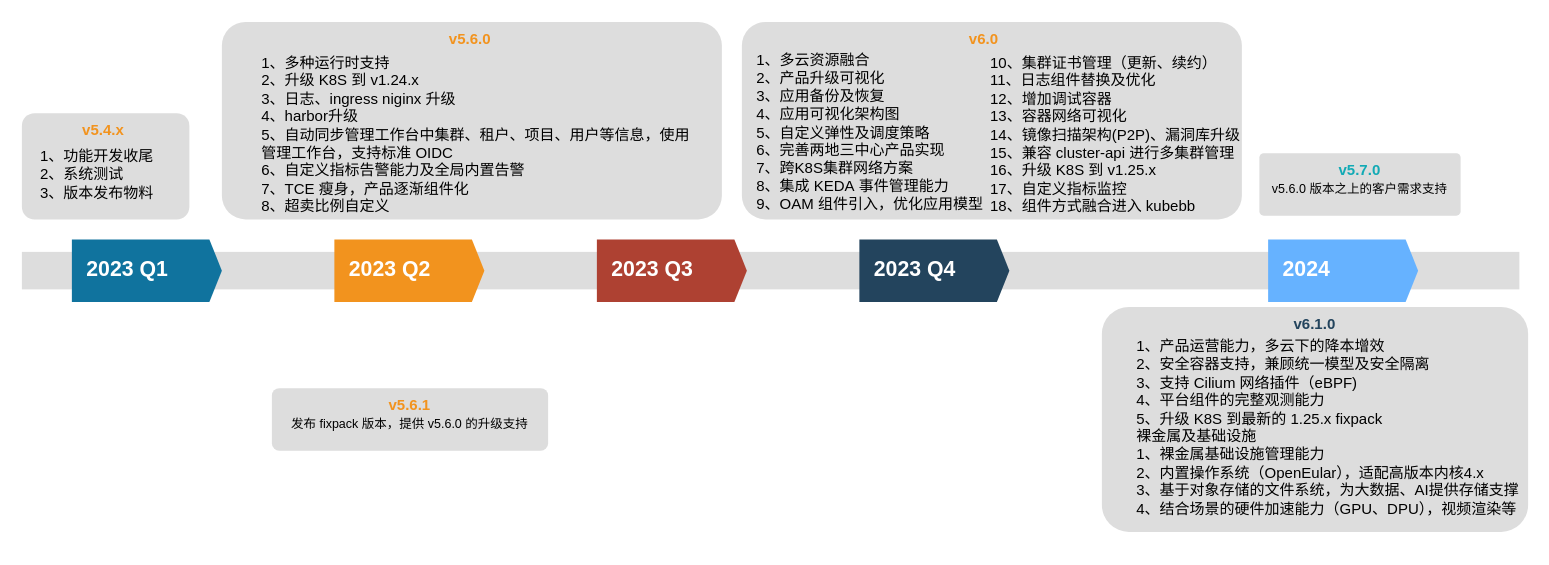
This is TCE-roadmap.drawio from wangjinxiu/draw.io, a draw.io file, before an edit. Source tidied: cells renumbered, new cells numbered last; positions are measured from the earlier drawing's top-left corner, leaving out a move shared by most shapes. Both pictures are drawn from the tidied source at 125%, with x=0, y=0 at pixel (21, 21).
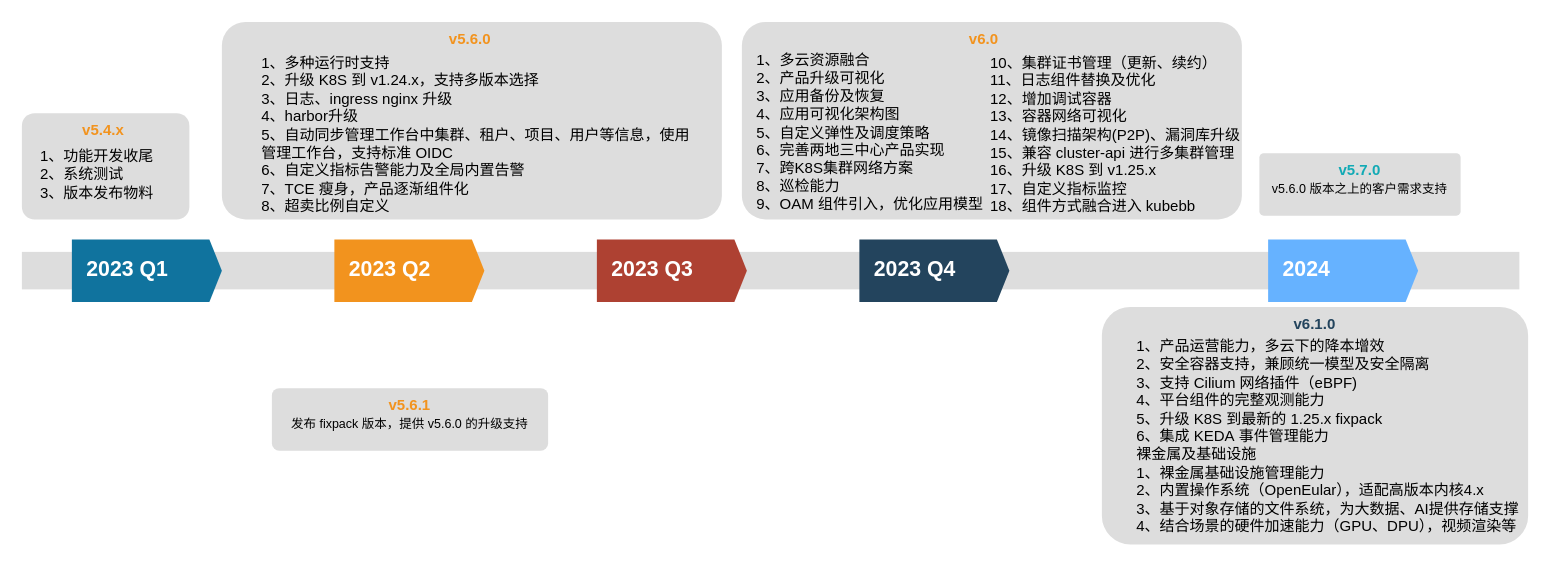
Above is the later version.

Diff of the diagram source:
```diff
@@
 <mxGraphModel>
   <root>
     <mxCell id="0" />
     <mxCell id="1" parent="0" />
     <mxCell id="2" style="fillColor=#dddddd;rounded=0;strokeColor=none;" parent="1" vertex="1">
       <mxGeometry y="184" width="1198" height="30" as="geometry" />
     </mxCell>
     <mxCell id="3" value="2023 Q1" style="shape=mxgraph.infographic.ribbonSimple;notch1=0;notch2=10;notch=0;html=1;fillColor=#10739E;strokeColor=none;shadow=0;fontSize=17;fontColor=#FFFFFF;align=left;spacingLeft=10;fontStyle=1;" parent="1" vertex="1">
       <mxGeometry x="40" y="174" width="120" height="50" as="geometry" />
     </mxCell>
     <mxCell id="4" value="2023 Q2" style="shape=mxgraph.infographic.ribbonSimple;notch1=0;notch2=10;notch=0;html=1;fillColor=#F2931E;strokeColor=none;shadow=0;fontSize=17;fontColor=#FFFFFF;align=left;spacingLeft=10;fontStyle=1;" parent="1" vertex="1">
       <mxGeometry x="250" y="174" width="120" height="50" as="geometry" />
     </mxCell>
     <mxCell id="5" value="2023 Q3" style="shape=mxgraph.infographic.ribbonSimple;notch1=0;notch2=10;notch=0;html=1;fillColor=#AE4132;strokeColor=none;shadow=0;fontSize=17;fontColor=#FFFFFF;align=left;spacingLeft=10;fontStyle=1;" parent="1" vertex="1">
       <mxGeometry x="460" y="174" width="120" height="50" as="geometry" />
     </mxCell>
     <mxCell id="6" value="2023 Q4" style="shape=mxgraph.infographic.ribbonSimple;notch1=0;notch2=10;notch=0;html=1;fillColor=#23445D;strokeColor=none;shadow=0;fontSize=17;fontColor=#FFFFFF;align=left;spacingLeft=10;fontStyle=1;" parent="1" vertex="1">
       <mxGeometry x="670" y="174" width="120" height="50" as="geometry" />
     </mxCell>
     <mxCell id="7" value="&lt;b style=&quot;color: rgb(242 , 147 , 30)&quot;&gt;&amp;nbsp; &amp;nbsp; &amp;nbsp; &amp;nbsp; &amp;nbsp; &amp;nbsp; &amp;nbsp; &amp;nbsp; &amp;nbsp; &amp;nbsp; &amp;nbsp; &amp;nbsp; &amp;nbsp; &amp;nbsp; &amp;nbsp; &amp;nbsp; &amp;nbsp; &amp;nbsp; &amp;nbsp; &amp;nbsp; &amp;nbsp; &amp;nbsp; &amp;nbsp; &amp;nbsp; &amp;nbsp; &amp;nbsp; &amp;nbsp; v6.0&lt;/b&gt;&lt;font color=&quot;#10739e&quot;&gt;&lt;span&gt;&lt;br&gt;&lt;br&gt;&lt;/span&gt;&lt;br&gt;&lt;/font&gt;" style="rounded=1;strokeColor=none;fillColor=#DDDDDD;align=left;arcSize=12;verticalAlign=top;whiteSpace=wrap;html=1;fontSize=12;fontStyle=1;" parent="1" vertex="1">
       <mxGeometry x="576" width="400" height="158" as="geometry" />
     </mxCell>
     <mxCell id="8" value="&lt;font style=&quot;font-size: 10px&quot;&gt;&lt;font style=&quot;font-size: 12px&quot; color=&quot;#23445D&quot;&gt;&lt;b&gt;v6.1.0&lt;/b&gt;&lt;/font&gt;&lt;br&gt;&lt;br&gt;&lt;br&gt;&lt;/font&gt;" style="rounded=1;strokeColor=none;fillColor=#DDDDDD;align=center;arcSize=12;verticalAlign=top;whiteSpace=wrap;html=1;fontSize=12;" parent="1" vertex="1">
-      <mxGeometry x="864" y="228" width="341" height="180" as="geometry" />
+      <mxGeometry x="864" y="228" width="341" height="190" as="geometry" />
     </mxCell>
     <mxCell id="9" value="&lt;font style=&quot;font-size: 10px&quot;&gt;&lt;font style=&quot;font-size: 12px&quot; color=&quot;#12AAB5&quot;&gt;&lt;b&gt;v5.7.0&lt;/b&gt;&lt;/font&gt;&lt;br&gt;v5.6.0 版本之上的客户需求支持&lt;br&gt;&lt;/font&gt;" style="rounded=1;strokeColor=none;fillColor=#DDDDDD;align=center;arcSize=7;verticalAlign=top;whiteSpace=wrap;html=1;fontSize=12;" parent="1" vertex="1">
       <mxGeometry x="990" y="105" width="161" height="50" as="geometry" />
     </mxCell>
     <mxCell id="10" value="&lt;font style=&quot;font-size: 10px&quot;&gt;&lt;font style=&quot;font-size: 12px&quot; color=&quot;#F2931E&quot;&gt;&lt;b&gt;v5.6.1&lt;br&gt;&lt;/b&gt;&lt;/font&gt;发布 fixpack 版本，提供 v5.6.0 的升级支持&lt;br&gt;&lt;/font&gt;" style="rounded=1;strokeColor=none;fillColor=#DDDDDD;align=center;arcSize=12;verticalAlign=top;whiteSpace=wrap;html=1;fontSize=12;" parent="1" vertex="1">
       <mxGeometry x="200" y="293" width="221" height="50" as="geometry" />
     </mxCell>
-    <mxCell id="11" value="1、多云资源融合&lt;br&gt;2、产品升级可视化&lt;br&gt;3、应用备份及恢复&lt;br&gt;4、应用可视化架构图&amp;nbsp;&lt;br&gt;5、自定义弹性及调度策略&lt;br&gt;6、完善两地三中心产品实现&lt;br&gt;7、跨K8S集群网络方案&lt;br&gt;8、集成 KEDA&amp;nbsp;事件管理能力&lt;br&gt;9、OAM 组件引入，优化应用模型" style="text;html=1;" parent="1" vertex="1">
+    <mxCell id="11" value="1、多云资源融合&lt;br&gt;2、产品升级可视化&lt;br&gt;3、应用备份及恢复&lt;br&gt;4、应用可视化架构图&amp;nbsp;&lt;br&gt;5、自定义弹性及调度策略&lt;br&gt;6、完善两地三中心产品实现&lt;br&gt;7、跨K8S集群网络方案&lt;br&gt;8、巡检能力&lt;br&gt;9、OAM 组件引入，优化应用模型" style="text;html=1;" parent="1" vertex="1">
       <mxGeometry x="586" y="16.5" width="198" height="125" as="geometry" />
     </mxCell>
-    <mxCell id="12" value="1、产品运营能力，多云下的降本增效&lt;br&gt;2、安全容器支持，兼顾统一模型及安全隔离&lt;br&gt;3、支持 Cilium 网络插件（eBPF)&lt;br&gt;4、平台组件的完整观测能力&lt;br&gt;5、升级 K8S 到最新的 1.25.x fixpack&lt;br&gt;裸金属及基础设施&lt;br&gt;1、裸金属基础设施管理能力&lt;br&gt;2、内置操作系统（OpenEular），适配高版本内核4.x&lt;br&gt;3、基于对象存储的文件系统，为大数据、AI提供存储支撑&lt;br&gt;4、结合场景的硬件加速能力（GPU、DPU），视频渲染等" style="text;html=1;" parent="1" vertex="1">
+    <mxCell id="12" value="1、产品运营能力，多云下的降本增效&lt;br&gt;2、安全容器支持，兼顾统一模型及安全隔离&lt;br&gt;3、支持 Cilium 网络插件（eBPF)&lt;br&gt;4、平台组件的完整观测能力&lt;br&gt;5、升级 K8S 到最新的 1.25.x fixpack&lt;br&gt;6、集成 KEDA&amp;nbsp;事件管理能力&lt;br&gt;裸金属及基础设施&lt;br&gt;1、裸金属基础设施管理能力&lt;br&gt;2、内置操作系统（OpenEular），适配高版本内核4.x&lt;br&gt;3、基于对象存储的文件系统，为大数据、AI提供存储支撑&lt;br&gt;4、结合场景的硬件加速能力（GPU、DPU），视频渲染等" style="text;html=1;" parent="1" vertex="1">
       <mxGeometry x="890" y="246" width="315" height="144" as="geometry" />
     </mxCell>
     <mxCell id="13" value="&lt;b style=&quot;color: rgb(242 , 147 , 30)&quot;&gt;&amp;nbsp; &amp;nbsp; &amp;nbsp; &amp;nbsp; &amp;nbsp; &amp;nbsp; &amp;nbsp; v5.4.x&lt;/b&gt;&lt;font color=&quot;#10739e&quot;&gt;&lt;span&gt;&lt;br&gt;&lt;/span&gt;&lt;br&gt;&lt;/font&gt;" style="rounded=1;strokeColor=none;fillColor=#DDDDDD;align=left;arcSize=12;verticalAlign=top;whiteSpace=wrap;html=1;fontSize=12;fontStyle=1;" parent="1" vertex="1">
       <mxGeometry y="73" width="134" height="85" as="geometry" />
     </mxCell>
     <mxCell id="14" value="1、功能开发收尾&lt;br&gt;2、系统测试&lt;br&gt;3、版本发布物料" style="text;html=1;" parent="1" vertex="1">
       <mxGeometry x="13" y="94" width="108" height="56" as="geometry" />
     </mxCell>
     <mxCell id="15" value="10、集群证书管理（更新、续约）&lt;br&gt;11、日志组件替换及优化&lt;br&gt;12、增加调试容器&lt;br&gt;13、容器网络可视化&lt;br&gt;14、镜像扫描架构(P2P)、漏洞库升级&lt;br&gt;15、兼容 cluster-api 进行多集群管理&lt;br&gt;16、升级 K8S 到 v1.25.x&lt;br&gt;17、自定义指标监控&lt;br&gt;18、组件方式融合进入 kubebb" style="text;html=1;" parent="1" vertex="1">
-      <mxGeometry x="773" y="19" width="203" height="113" as="geometry" />
+      <mxGeometry x="773" y="19" width="203" height="137" as="geometry" />
     </mxCell>
     <mxCell id="16" value="2024" style="shape=mxgraph.infographic.ribbonSimple;notch1=0;notch2=10;notch=0;html=1;fillColor=#66B2FF;strokeColor=none;shadow=0;fontSize=17;fontColor=#FFFFFF;align=left;spacingLeft=10;fontStyle=1;" parent="1" vertex="1">
       <mxGeometry x="997" y="174" width="120" height="50" as="geometry" />
     </mxCell>
     <mxCell id="17" value="&lt;b style=&quot;color: rgb(242 , 147 , 30)&quot;&gt;&amp;nbsp; &amp;nbsp; &amp;nbsp; &amp;nbsp; &amp;nbsp; &amp;nbsp; &amp;nbsp; &amp;nbsp; &amp;nbsp; &amp;nbsp; &amp;nbsp; &amp;nbsp; &amp;nbsp; &amp;nbsp; &amp;nbsp; &amp;nbsp; &amp;nbsp; &amp;nbsp; &amp;nbsp; &amp;nbsp; &amp;nbsp; &amp;nbsp; &amp;nbsp; &amp;nbsp; &amp;nbsp; &amp;nbsp; &amp;nbsp; v5.6.0&lt;/b&gt;&lt;font color=&quot;#10739e&quot;&gt;&lt;span&gt;&lt;br&gt;&lt;br&gt;&lt;/span&gt;&lt;br&gt;&lt;/font&gt;" style="rounded=1;strokeColor=none;fillColor=#DDDDDD;align=left;arcSize=12;verticalAlign=top;whiteSpace=wrap;html=1;fontSize=12;fontStyle=1;" parent="1" vertex="1">
       <mxGeometry x="160" width="400" height="158" as="geometry" />
     </mxCell>
-    <mxCell id="18" value="1、多种运行时支持&lt;br&gt;2、升级 K8S 到 v1.24.x&lt;br&gt;3、日志、ingress niginx 升级&lt;br&gt;4、harbor升级&amp;nbsp;&lt;br&gt;5、自动同步管理工作台中集群、租户、项目、用户等信息，使用&lt;br&gt;管理工作台，支持标准 OIDC&lt;br&gt;6、自定义指标告警能力及全局内置告警&lt;br&gt;7、TCE 瘦身，产品逐渐组件化&lt;br style=&quot;border-color: var(--border-color);&quot;&gt;8、超卖比例自定义" style="text;html=1;" parent="1" vertex="1">
+    <mxCell id="18" value="1、多种运行时支持&lt;br&gt;2、升级 K8S 到 v1.24.x，支持多版本选择&lt;br&gt;3、日志、ingress nginx 升级&lt;br&gt;4、harbor升级&amp;nbsp;&lt;br&gt;5、自动同步管理工作台中集群、租户、项目、用户等信息，使用&lt;br&gt;管理工作台，支持标准 OIDC&lt;br&gt;6、自定义指标告警能力及全局内置告警&lt;br&gt;7、TCE 瘦身，产品逐渐组件化&lt;br style=&quot;border-color: var(--border-color);&quot;&gt;8、超卖比例自定义" style="text;html=1;" parent="1" vertex="1">
       <mxGeometry x="190" y="19" width="386" height="125" as="geometry" />
     </mxCell>
   </root>
 </mxGraphModel>
```
